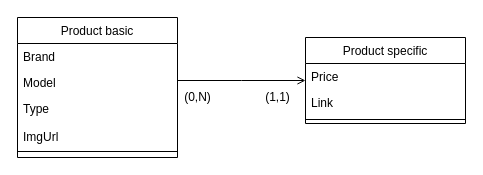
The draw.io diagram ClassDiagram.drawio in AleksicNikola00/thesis-project, before the edit. Source tidied: cells renumbered, new cells numbered last; positions are measured from the earlier drawing's top-left corner, leaving out a move shared by most shapes. Both pictures are drawn from the tidied source at 100%, with x=0, y=0 at pixel (17, 17).
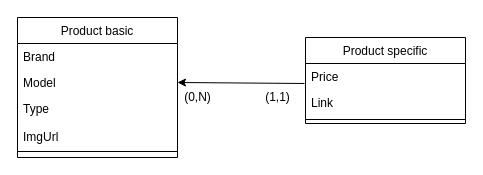
The same page after the edit.

The edit, as a diff of the source:
```diff
@@
 <mxGraphModel>
   <root>
     <mxCell id="0" />
     <mxCell id="1" parent="0" />
     <mxCell id="2" value="Product basic" style="swimlane;fontStyle=0;align=center;verticalAlign=top;horizontal=1;startSize=26;rounded=0;shadow=0;strokeWidth=1;" parent="1" vertex="1">
       <mxGeometry width="160" height="140" as="geometry" />
     </mxCell>
     <mxCell id="3" value="Brand" style="text;align=left;verticalAlign=top;spacingLeft=4;spacingRight=4;overflow=hidden;" parent="2" vertex="1">
       <mxGeometry y="26" width="160" height="26" as="geometry" />
     </mxCell>
     <mxCell id="4" value="Model" style="text;align=left;verticalAlign=top;spacingLeft=4;spacingRight=4;overflow=hidden;points=[[0,0.5],[1,0.5]];portConstraint=eastwest;rounded=0;shadow=0;html=0;" parent="2" vertex="1">
       <mxGeometry y="52" width="160" height="26" as="geometry" />
     </mxCell>
     <mxCell id="5" value="Type&#10;&#10;ImgUrl" style="text;align=left;verticalAlign=top;spacingLeft=4;spacingRight=4;overflow=hidden;rounded=0;shadow=0;html=0;" parent="2" vertex="1">
       <mxGeometry y="78" width="160" height="52" as="geometry" />
     </mxCell>
     <mxCell id="6" style="line;html=1;strokeWidth=1;align=left;verticalAlign=middle;spacingTop=-1;spacingLeft=3;spacingRight=3;labelPosition=right;" parent="2" vertex="1">
       <mxGeometry y="130" width="160" height="8" as="geometry" />
     </mxCell>
     <mxCell id="7" value="Product specific" style="swimlane;fontStyle=0;align=center;verticalAlign=top;horizontal=1;startSize=26;rounded=0;shadow=0;strokeWidth=1;" parent="1" vertex="1">
       <mxGeometry x="288" y="20" width="160" height="86" as="geometry" />
     </mxCell>
     <mxCell id="8" value="Price" style="text;align=left;verticalAlign=top;spacingLeft=4;spacingRight=4;overflow=hidden;points=[[0,0.5],[1,0.5]];portConstraint=eastwest;" parent="7" vertex="1">
       <mxGeometry y="26" width="160" height="26" as="geometry" />
     </mxCell>
     <mxCell id="9" value="Link" style="text;align=left;verticalAlign=top;spacingLeft=4;spacingRight=4;overflow=hidden;rounded=0;shadow=0;html=0;" parent="7" vertex="1">
       <mxGeometry y="52" width="160" height="26" as="geometry" />
     </mxCell>
     <mxCell id="10" style="line;html=1;strokeWidth=1;align=left;verticalAlign=middle;spacingTop=-1;spacingLeft=3;spacingRight=3;labelPosition=right;" parent="7" vertex="1">
       <mxGeometry y="78" width="160" height="8" as="geometry" />
     </mxCell>
-    <mxCell id="11" style="endArrow=open;shadow=0;strokeWidth=1;rounded=0;endFill=1;edgeStyle=elbowEdgeStyle;elbow=vertical;" parent="1" edge="1" source="2" target="7">
-      <mxGeometry x="0.5" y="41" relative="1" as="geometry">
-        <mxPoint x="-40" y="32" as="offset" />
-      </mxGeometry>
-    </mxCell>
     <mxCell id="12" value="(0,N)" style="text;html=1;align=center;verticalAlign=middle;strokeColor=none;fillColor=none;" parent="1" vertex="1">
       <mxGeometry x="160" y="70" width="40" height="20" as="geometry" />
     </mxCell>
     <mxCell id="13" value="(1,1)" style="text;html=1;align=center;verticalAlign=middle;strokeColor=none;fillColor=none;" parent="1" vertex="1">
       <mxGeometry x="240" y="70" width="40" height="20" as="geometry" />
     </mxCell>
+    <mxCell id="14" style="endArrow=classic;html=1;rounded=0;entryX=1;entryY=0.5;entryDx=0;entryDy=0;exitX=-0.006;exitY=0.769;exitDx=0;exitDy=0;exitPerimeter=0;" parent="1" edge="1" source="8" target="4">
+      <mxGeometry relative="1" as="geometry" />
+    </mxCell>
   </root>
 </mxGraphModel>
```
